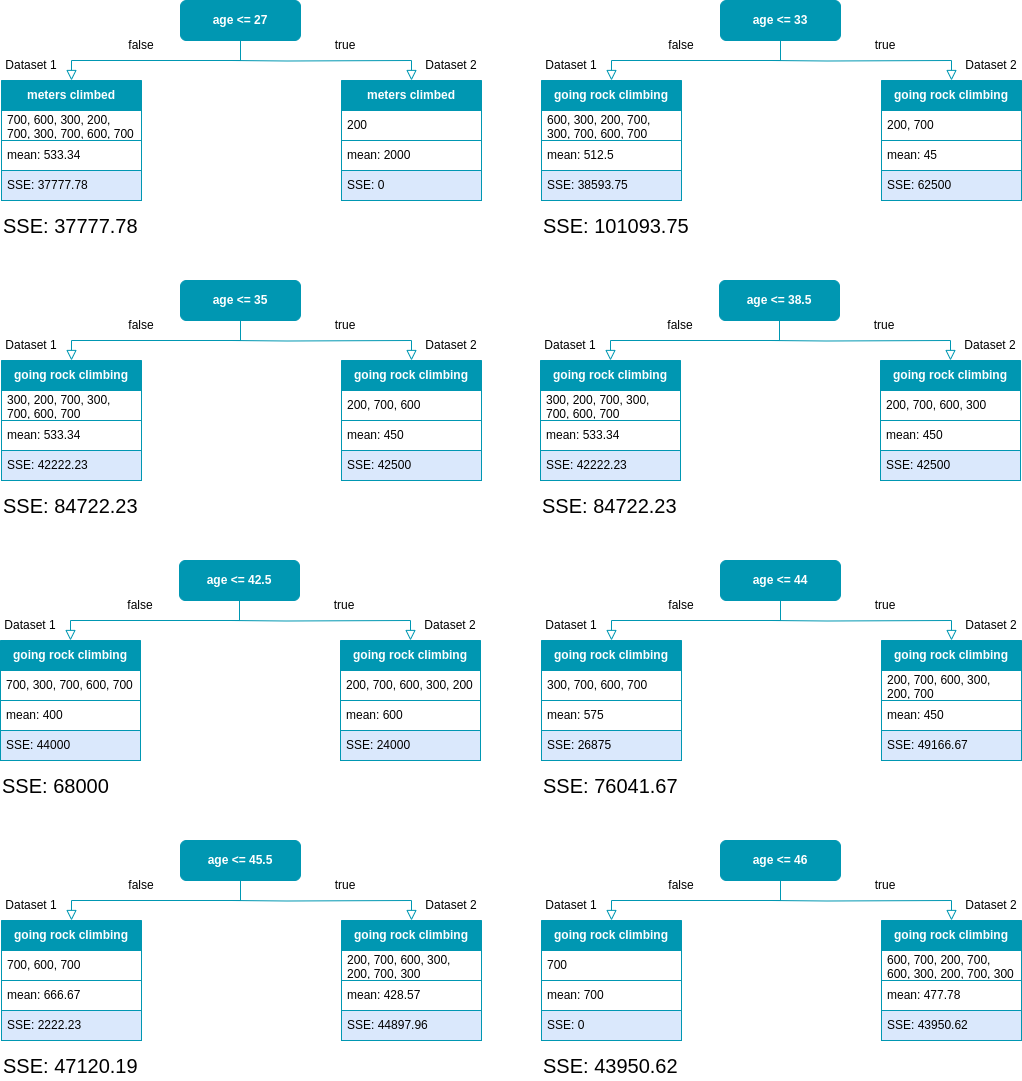
The draw.io diagram static/images/decision_tree/dt_regression_age_all_splits.drawio.png in froukje/datamapu, before a commit. Source tidied: cells renumbered, new cells last; positions are measured from the earlier drawing's top-left corner, leaving out a move shared by most shapes.
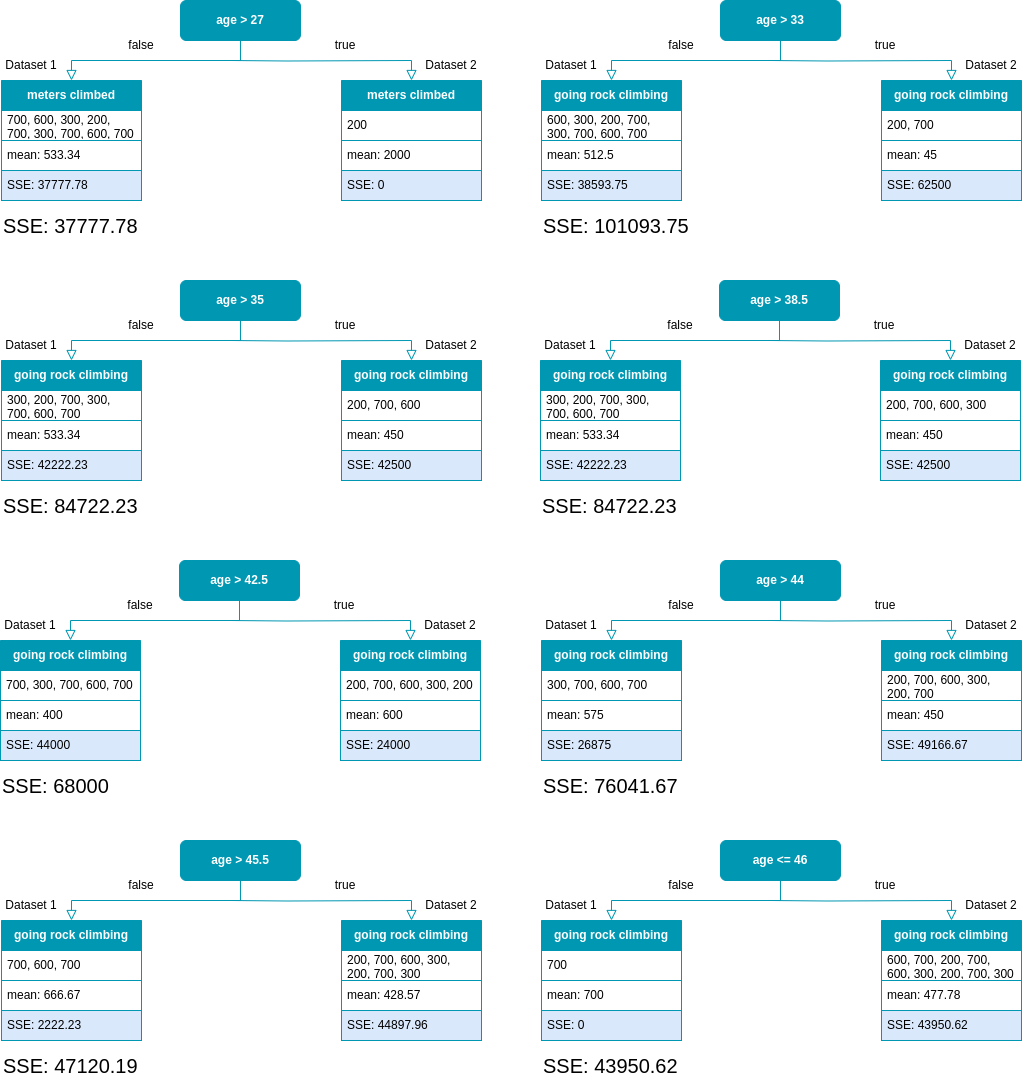
After the commit.

Change to the diagram source:
```diff
@@ -5,7 +5,7 @@
     <mxCell id="2" style="rounded=0;html=1;jettySize=auto;fontSize=11;endArrow=block;endFill=0;endSize=8;strokeWidth=1;shadow=0;labelBackgroundColor=none;edgeStyle=orthogonalEdgeStyle;entryX=0.5;entryY=0;entryDx=0;entryDy=0;exitX=0.5;exitY=1;exitDx=0;exitDy=0;strokeColor=#0097B2;" parent="1" edge="1" source="3" target="4">
       <mxGeometry relative="1" as="geometry" />
     </mxCell>
-    <mxCell id="3" value="&lt;font color=&quot;#ffffff&quot;&gt;&lt;b&gt;age &amp;lt;= 27&lt;/b&gt;&lt;/font&gt;" style="rounded=1;whiteSpace=wrap;html=1;fontSize=12;glass=0;strokeWidth=1;shadow=0;fillColor=#0097B2;strokeColor=#0097B2;" parent="1" vertex="1">
+    <mxCell id="3" value="&lt;font color=&quot;#ffffff&quot;&gt;&lt;b&gt;age &amp;gt; 27&lt;/b&gt;&lt;/font&gt;" style="rounded=1;whiteSpace=wrap;html=1;fontSize=12;glass=0;strokeWidth=1;shadow=0;fillColor=#0097B2;strokeColor=#0097B2;" parent="1" vertex="1">
       <mxGeometry x="180" width="120" height="40" as="geometry" />
     </mxCell>
     <mxCell id="4" value="&lt;font color=&quot;#ffffff&quot;&gt;&lt;b&gt;meters climbed&lt;/b&gt;&lt;/font&gt;" style="swimlane;fontStyle=0;horizontal=1;startSize=30;whiteSpace=wrap;html=1;fillColor=#0097B2;strokeColor=#0097B2;" parent="1" vertex="1">
@@ -55,7 +55,7 @@
     <mxCell id="18" style="rounded=0;html=1;jettySize=auto;fontSize=11;endArrow=block;endFill=0;endSize=8;strokeWidth=1;shadow=0;labelBackgroundColor=none;edgeStyle=orthogonalEdgeStyle;entryX=0.5;entryY=0;entryDx=0;entryDy=0;exitX=0.5;exitY=1;exitDx=0;exitDy=0;strokeColor=#0097B2;" parent="1" edge="1" source="19" target="20">
       <mxGeometry relative="1" as="geometry" />
     </mxCell>
-    <mxCell id="19" value="&lt;font color=&quot;#ffffff&quot;&gt;&lt;b&gt;age &amp;lt;= 33&lt;/b&gt;&lt;/font&gt;" style="rounded=1;whiteSpace=wrap;html=1;fontSize=12;glass=0;strokeWidth=1;shadow=0;fillColor=#0097B2;strokeColor=#0097B2;" parent="1" vertex="1">
+    <mxCell id="19" value="&lt;font color=&quot;#ffffff&quot;&gt;&lt;b&gt;age &amp;gt; 33&lt;/b&gt;&lt;/font&gt;" style="rounded=1;whiteSpace=wrap;html=1;fontSize=12;glass=0;strokeWidth=1;shadow=0;fillColor=#0097B2;strokeColor=#0097B2;" parent="1" vertex="1">
       <mxGeometry x="720" width="120" height="40" as="geometry" />
     </mxCell>
     <mxCell id="20" value="&lt;font color=&quot;#ffffff&quot;&gt;&lt;b&gt;going rock climbing&lt;/b&gt;&lt;/font&gt;" style="swimlane;fontStyle=0;horizontal=1;startSize=30;whiteSpace=wrap;html=1;fillColor=#0097B2;strokeColor=#0097B2;" parent="1" vertex="1">
@@ -105,7 +105,7 @@
     <mxCell id="34" style="rounded=0;html=1;jettySize=auto;fontSize=11;endArrow=block;endFill=0;endSize=8;strokeWidth=1;shadow=0;labelBackgroundColor=none;edgeStyle=orthogonalEdgeStyle;entryX=0.5;entryY=0;entryDx=0;entryDy=0;exitX=0.5;exitY=1;exitDx=0;exitDy=0;strokeColor=#0097B2;" parent="1" edge="1" source="35" target="36">
       <mxGeometry relative="1" as="geometry" />
     </mxCell>
-    <mxCell id="35" value="&lt;font color=&quot;#ffffff&quot;&gt;&lt;b&gt;age &amp;lt;= 35&lt;/b&gt;&lt;/font&gt;" style="rounded=1;whiteSpace=wrap;html=1;fontSize=12;glass=0;strokeWidth=1;shadow=0;fillColor=#0097B2;strokeColor=#0097B2;" parent="1" vertex="1">
+    <mxCell id="35" value="&lt;font color=&quot;#ffffff&quot;&gt;&lt;b&gt;age &amp;gt; 35&lt;/b&gt;&lt;/font&gt;" style="rounded=1;whiteSpace=wrap;html=1;fontSize=12;glass=0;strokeWidth=1;shadow=0;fillColor=#0097B2;strokeColor=#0097B2;" parent="1" vertex="1">
       <mxGeometry x="180" y="280" width="120" height="40" as="geometry" />
     </mxCell>
     <mxCell id="36" value="&lt;font color=&quot;#ffffff&quot;&gt;&lt;b&gt;going rock climbing&lt;/b&gt;&lt;/font&gt;" style="swimlane;fontStyle=0;horizontal=1;startSize=30;whiteSpace=wrap;html=1;fillColor=#0097B2;strokeColor=#0097B2;" parent="1" vertex="1">
@@ -155,7 +155,7 @@
     <mxCell id="50" style="rounded=0;html=1;jettySize=auto;fontSize=11;endArrow=block;endFill=0;endSize=8;strokeWidth=1;shadow=0;labelBackgroundColor=none;edgeStyle=orthogonalEdgeStyle;entryX=0.5;entryY=0;entryDx=0;entryDy=0;exitX=0.5;exitY=1;exitDx=0;exitDy=0;strokeColor=#0097B2;" parent="1" edge="1" source="51" target="52">
       <mxGeometry relative="1" as="geometry" />
     </mxCell>
-    <mxCell id="51" value="&lt;font color=&quot;#ffffff&quot;&gt;&lt;b&gt;age &amp;lt;= 38.5&lt;/b&gt;&lt;/font&gt;" style="rounded=1;whiteSpace=wrap;html=1;fontSize=12;glass=0;strokeWidth=1;shadow=0;fillColor=#0097B2;strokeColor=#0097B2;" parent="1" vertex="1">
+    <mxCell id="51" value="&lt;font color=&quot;#ffffff&quot;&gt;&lt;b&gt;age &amp;gt; 38.5&lt;/b&gt;&lt;/font&gt;" style="rounded=1;whiteSpace=wrap;html=1;fontSize=12;glass=0;strokeWidth=1;shadow=0;fillColor=#0097B2;strokeColor=#0097B2;" parent="1" vertex="1">
       <mxGeometry x="719" y="280" width="120" height="40" as="geometry" />
     </mxCell>
     <mxCell id="52" value="&lt;font color=&quot;#ffffff&quot;&gt;&lt;b&gt;going rock climbing&lt;/b&gt;&lt;/font&gt;" style="swimlane;fontStyle=0;horizontal=1;startSize=30;whiteSpace=wrap;html=1;fillColor=#0097B2;strokeColor=#0097B2;" parent="1" vertex="1">
@@ -205,7 +205,7 @@
     <mxCell id="66" style="rounded=0;html=1;jettySize=auto;fontSize=11;endArrow=block;endFill=0;endSize=8;strokeWidth=1;shadow=0;labelBackgroundColor=none;edgeStyle=orthogonalEdgeStyle;entryX=0.5;entryY=0;entryDx=0;entryDy=0;exitX=0.5;exitY=1;exitDx=0;exitDy=0;strokeColor=#0097B2;" parent="1" edge="1" source="67" target="68">
       <mxGeometry relative="1" as="geometry" />
     </mxCell>
-    <mxCell id="67" value="&lt;font color=&quot;#ffffff&quot;&gt;&lt;b&gt;age &amp;lt;= 42.5&lt;/b&gt;&lt;/font&gt;" style="rounded=1;whiteSpace=wrap;html=1;fontSize=12;glass=0;strokeWidth=1;shadow=0;fillColor=#0097B2;strokeColor=#0097B2;" parent="1" vertex="1">
+    <mxCell id="67" value="&lt;font color=&quot;#ffffff&quot;&gt;&lt;b&gt;age &amp;gt; 42.5&lt;/b&gt;&lt;/font&gt;" style="rounded=1;whiteSpace=wrap;html=1;fontSize=12;glass=0;strokeWidth=1;shadow=0;fillColor=#0097B2;strokeColor=#0097B2;" parent="1" vertex="1">
       <mxGeometry x="179" y="560" width="120" height="40" as="geometry" />
     </mxCell>
     <mxCell id="68" value="&lt;font color=&quot;#ffffff&quot;&gt;&lt;b&gt;going rock climbing&lt;/b&gt;&lt;/font&gt;" style="swimlane;fontStyle=0;horizontal=1;startSize=30;whiteSpace=wrap;html=1;fillColor=#0097B2;strokeColor=#0097B2;" parent="1" vertex="1">
@@ -255,7 +255,7 @@
     <mxCell id="82" style="rounded=0;html=1;jettySize=auto;fontSize=11;endArrow=block;endFill=0;endSize=8;strokeWidth=1;shadow=0;labelBackgroundColor=none;edgeStyle=orthogonalEdgeStyle;entryX=0.5;entryY=0;entryDx=0;entryDy=0;exitX=0.5;exitY=1;exitDx=0;exitDy=0;strokeColor=#0097B2;" parent="1" edge="1" source="83" target="84">
       <mxGeometry relative="1" as="geometry" />
     </mxCell>
-    <mxCell id="83" value="&lt;font color=&quot;#ffffff&quot;&gt;&lt;b&gt;age &amp;lt;= 44&lt;/b&gt;&lt;/font&gt;" style="rounded=1;whiteSpace=wrap;html=1;fontSize=12;glass=0;strokeWidth=1;shadow=0;fillColor=#0097B2;strokeColor=#0097B2;" parent="1" vertex="1">
+    <mxCell id="83" value="&lt;font color=&quot;#ffffff&quot;&gt;&lt;b&gt;age &amp;gt; 44&lt;/b&gt;&lt;/font&gt;" style="rounded=1;whiteSpace=wrap;html=1;fontSize=12;glass=0;strokeWidth=1;shadow=0;fillColor=#0097B2;strokeColor=#0097B2;" parent="1" vertex="1">
       <mxGeometry x="720" y="560" width="120" height="40" as="geometry" />
     </mxCell>
     <mxCell id="84" value="&lt;font color=&quot;#ffffff&quot;&gt;&lt;b&gt;going rock climbing&lt;/b&gt;&lt;/font&gt;" style="swimlane;fontStyle=0;horizontal=1;startSize=30;whiteSpace=wrap;html=1;fillColor=#0097B2;strokeColor=#0097B2;" parent="1" vertex="1">
@@ -305,7 +305,7 @@
     <mxCell id="98" style="rounded=0;html=1;jettySize=auto;fontSize=11;endArrow=block;endFill=0;endSize=8;strokeWidth=1;shadow=0;labelBackgroundColor=none;edgeStyle=orthogonalEdgeStyle;entryX=0.5;entryY=0;entryDx=0;entryDy=0;exitX=0.5;exitY=1;exitDx=0;exitDy=0;strokeColor=#0097B2;" parent="1" edge="1" source="99" target="100">
       <mxGeometry relative="1" as="geometry" />
     </mxCell>
-    <mxCell id="99" value="&lt;font color=&quot;#ffffff&quot;&gt;&lt;b&gt;age &amp;lt;= 45.5&lt;/b&gt;&lt;/font&gt;" style="rounded=1;whiteSpace=wrap;html=1;fontSize=12;glass=0;strokeWidth=1;shadow=0;fillColor=#0097B2;strokeColor=#0097B2;" parent="1" vertex="1">
+    <mxCell id="99" value="&lt;font color=&quot;#ffffff&quot;&gt;&lt;b&gt;age &amp;gt; 45.5&lt;/b&gt;&lt;/font&gt;" style="rounded=1;whiteSpace=wrap;html=1;fontSize=12;glass=0;strokeWidth=1;shadow=0;fillColor=#0097B2;strokeColor=#0097B2;" parent="1" vertex="1">
       <mxGeometry x="180" y="840" width="120" height="40" as="geometry" />
     </mxCell>
     <mxCell id="100" value="&lt;font color=&quot;#ffffff&quot;&gt;&lt;b&gt;going rock climbing&lt;/b&gt;&lt;/font&gt;" style="swimlane;fontStyle=0;horizontal=1;startSize=30;whiteSpace=wrap;html=1;fillColor=#0097B2;strokeColor=#0097B2;" parent="1" vertex="1">
```
